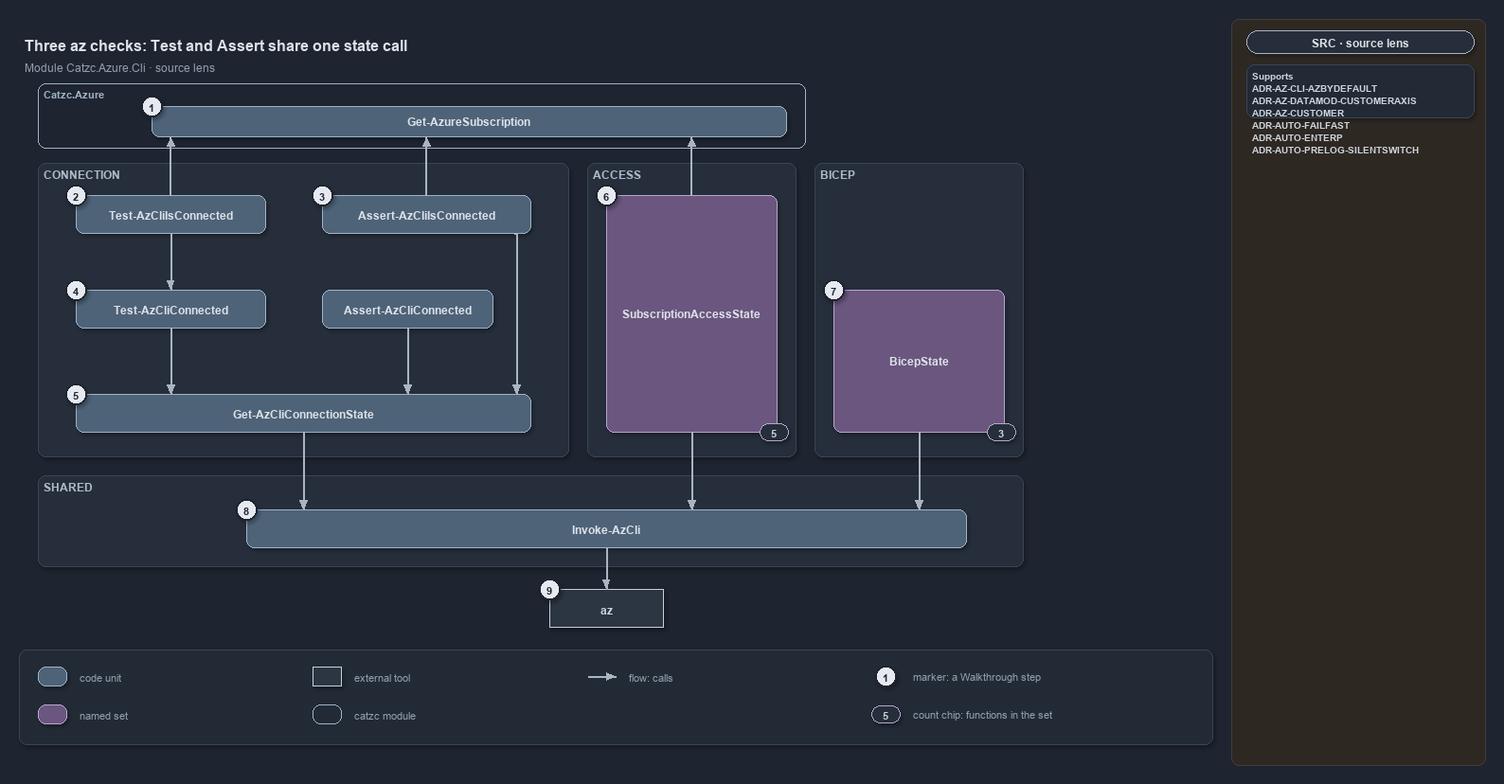
This is docs/references/pwsh/.assets/az-cli-test-assert-share-one-state/diagram.drawio.png from casperease/catzc, a draw.io export, as it was before one commit. Source tidied: cells renumbered, new cells last; positions are measured from the earlier drawing's top-left corner, leaving out a move shared by most shapes.
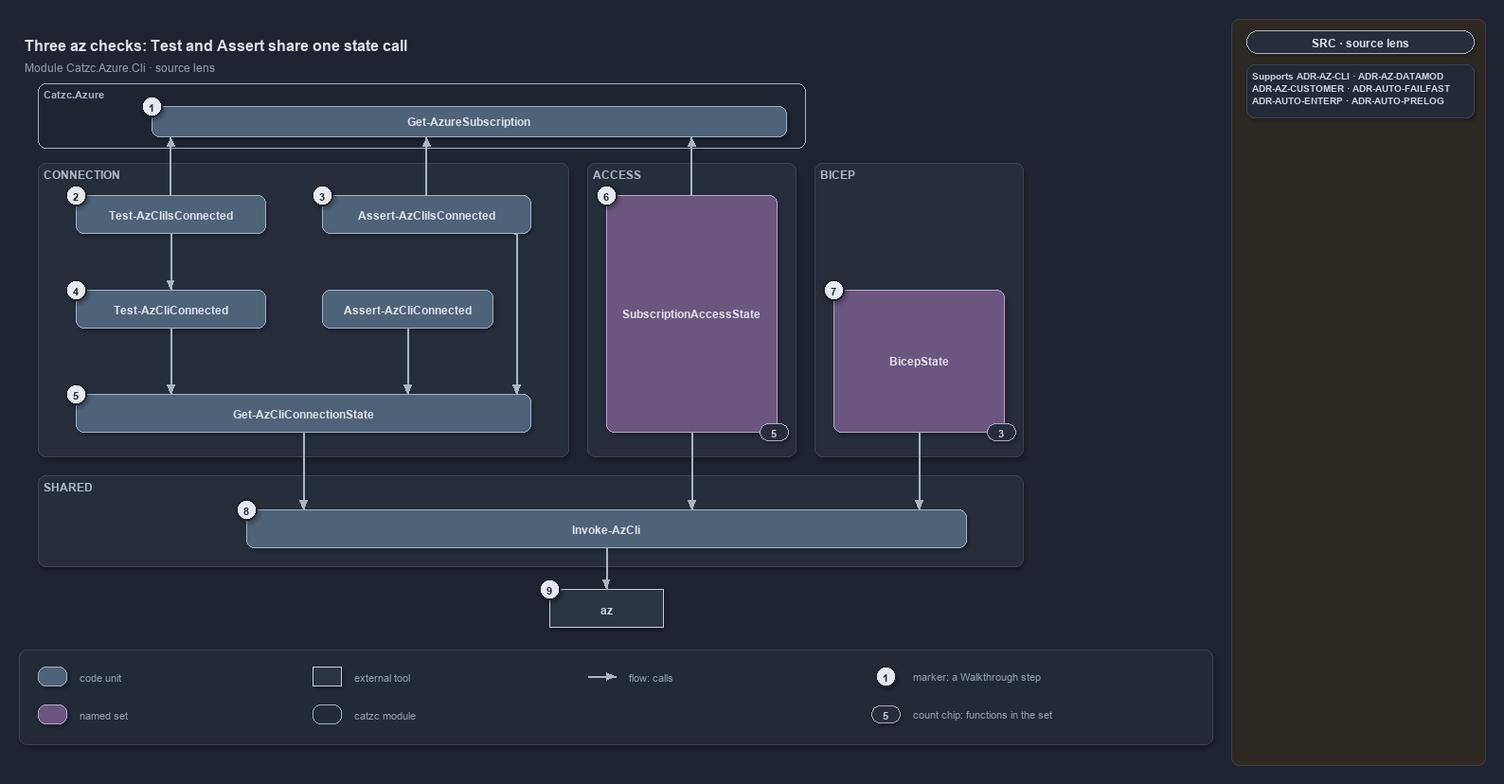
After the change.

Diff of the diagram source:
```diff
@@ -209,7 +209,7 @@
     <mxCell id="70" value="SRC · source lens" style="rounded=1;arcSize=50;whiteSpace=wrap;html=1;fillColor=#262E3B;strokeColor=#AAB4C3;fontColor=#DDE2E9;fontStyle=1;fontSize=12;" parent="1" vertex="1">
       <mxGeometry x="1296" y="12" width="240" height="24" as="geometry" />
     </mxCell>
-    <mxCell id="71" value="&lt;b&gt;Supports&lt;/b&gt;&lt;br&gt;ADR-AZ-CLI-AZBYDEFAULT&lt;br&gt;ADR-AZ-DATAMOD-CUSTOMERAXIS&lt;br&gt;ADR-AZ-CUSTOMER&lt;br&gt;ADR-AUTO-FAILFAST&lt;br&gt;ADR-AUTO-ENTERP&lt;br&gt;ADR-AUTO-PRELOG-SILENTSWITCH" style="rounded=1;arcSize=6;whiteSpace=wrap;html=1;align=left;verticalAlign=top;spacingLeft=6;fontSize=10.5;fontColor=#CDD3DC;fillColor=#222A36;strokeColor=#3A4555;" parent="1" vertex="1">
+    <mxCell id="71" value="&lt;b&gt;Supports&lt;/b&gt; ADR-AZ-CLI &amp;#183; ADR-AZ-DATAMOD&lt;br&gt;ADR-AZ-CUSTOMER &amp;#183; ADR-AUTO-FAILFAST&lt;br&gt;ADR-AUTO-ENTERP &amp;#183; ADR-AUTO-PRELOG" style="rounded=1;arcSize=6;whiteSpace=wrap;html=1;align=left;verticalAlign=top;spacingLeft=6;fontSize=10.5;fontColor=#CDD3DC;fillColor=#222A36;strokeColor=#3A4555;" parent="1" vertex="1">
       <mxGeometry x="1296" y="48" width="240" height="56" as="geometry" />
     </mxCell>
   </root>
```
